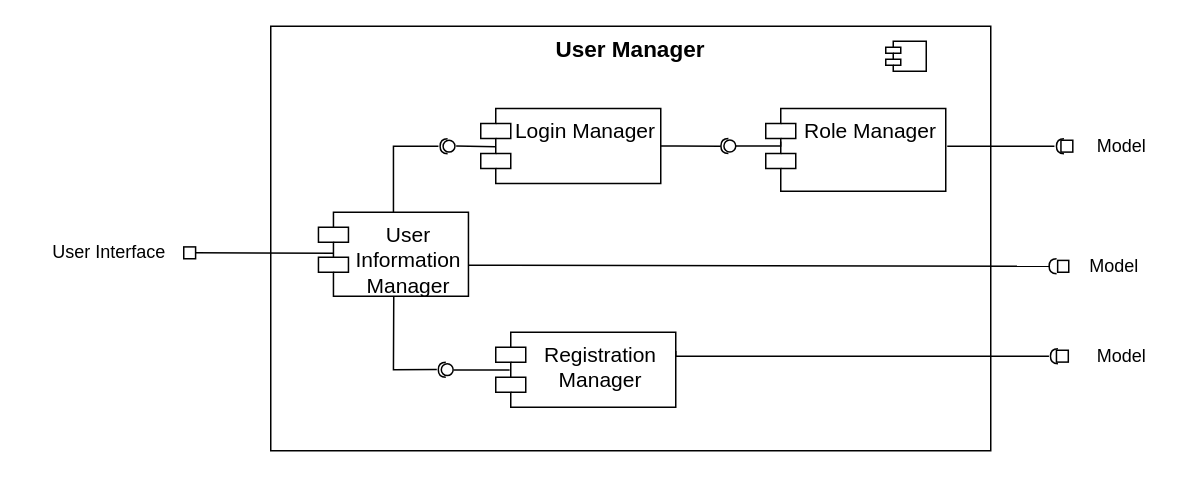
Before: page "User Manager" (3 of 7) of diagrams/architecture/component_VIEW.drawio in mttcrn/software-engineering-II-project, a draw.io diagram. Source tidied: cells renumbered, new cells numbered last; positions are measured from the earlier drawing's top-left corner, leaving out a move shared by most shapes. Both pictures are drawn from the tidied source at 150%, with x=0, y=0 at pixel (33, 26).
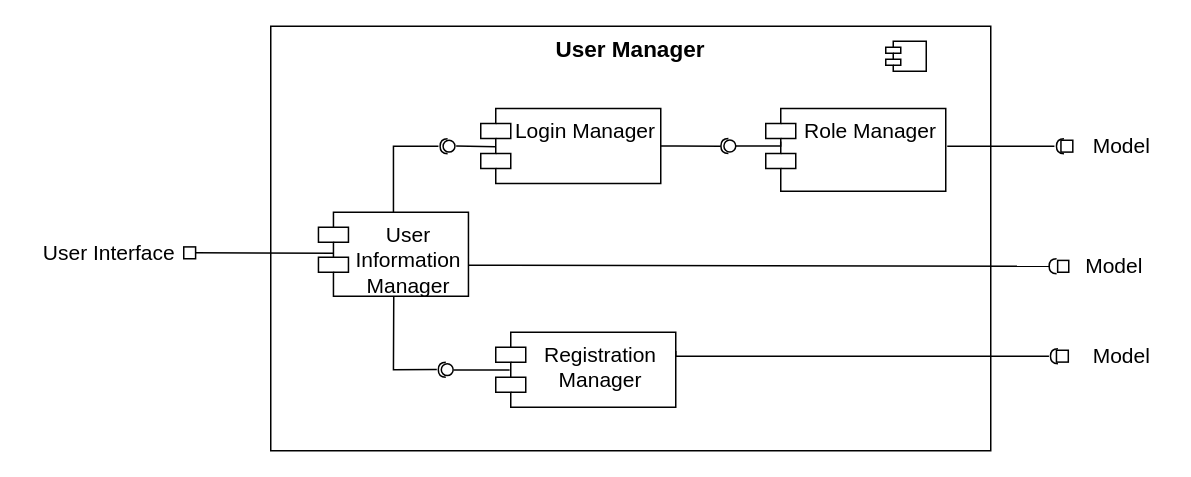
The same diagram, later.

Diff of the diagram source:
```diff
@@
-    <mxCell id="32" value="User Interface" style="text;html=1;align=center;verticalAlign=middle;strokeColor=none;fillColor=none;" parent="1" vertex="1">
-      <mxGeometry y="136" width="100" height="30" as="geometry" />
+    <mxCell id="32" value="&lt;font style=&quot;font-size: 14px;&quot;&gt;User Interface&lt;/font&gt;" style="text;html=1;align=center;verticalAlign=middle;strokeColor=none;fillColor=none;" parent="1" vertex="1">
+      <mxGeometry x="-5" y="136" width="110" height="30" as="geometry" />
     </mxCell>
-    <mxCell id="33" value="Model" style="text;html=1;align=center;verticalAlign=middle;strokeColor=none;fillColor=none;" parent="1" vertex="1">
+    <mxCell id="33" value="&lt;font style=&quot;font-size: 14px;&quot;&gt;Model&lt;/font&gt;" style="text;html=1;align=center;verticalAlign=middle;strokeColor=none;fillColor=none;" parent="1" vertex="1">
       <mxGeometry x="695" y="64.9" width="60" height="30" as="geometry" />
     </mxCell>
-    <mxCell id="34" value="Model" style="text;html=1;align=center;verticalAlign=middle;strokeColor=none;fillColor=none;" parent="1" vertex="1">
+    <mxCell id="34" value="&lt;font style=&quot;font-size: 14px;&quot;&gt;Model&lt;/font&gt;" style="text;html=1;align=center;verticalAlign=middle;strokeColor=none;fillColor=none;" parent="1" vertex="1">
       <mxGeometry x="695" y="205" width="60" height="30" as="geometry" />
     </mxCell>
@@
-    <mxCell id="39" value="Model" style="text;html=1;align=center;verticalAlign=middle;strokeColor=none;fillColor=none;" parent="1" vertex="1">
+    <mxCell id="39" value="&lt;font style=&quot;font-size: 14px;&quot;&gt;Model&lt;/font&gt;" style="text;html=1;align=center;verticalAlign=middle;strokeColor=none;fillColor=none;" parent="1" vertex="1">
       <mxGeometry x="689.6" y="145" width="60" height="30" as="geometry" />
     </mxCell>
```
